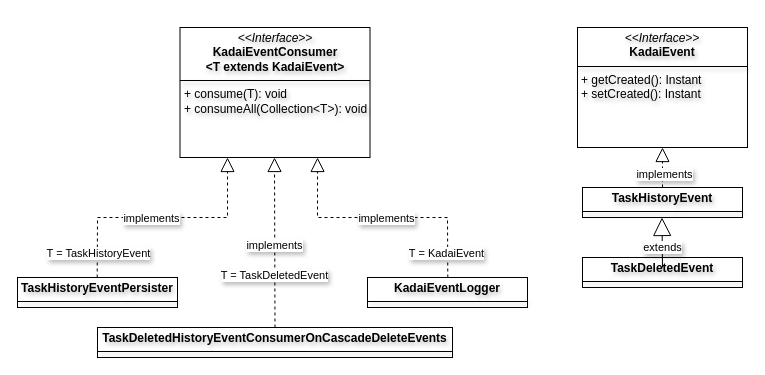
The draw.io diagram docs/user-guide/static/core-concepts/history_consumer.drawio in kadai-io/kadai-doc, before the edit. Source tidied: cells renumbered, new cells numbered last; positions are measured from the earlier drawing's top-left corner, leaving out a move shared by most shapes. Both pictures are drawn from the tidied source at 100%, with x=0, y=0 at pixel (17, 27).
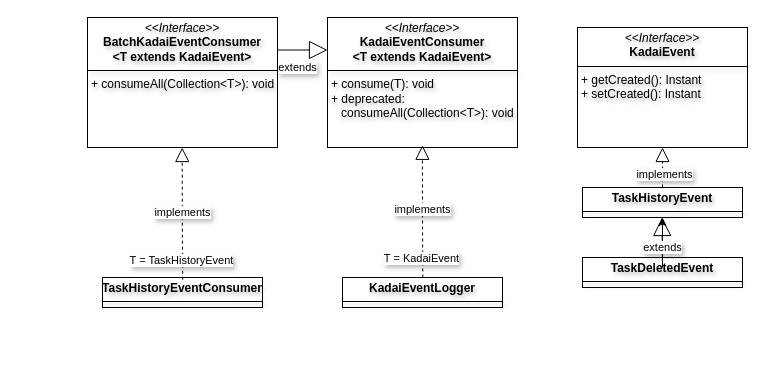
The same diagram, later.

The change refers to these unchanged cells:
```xml
<mxCell id="4" value="&lt;p style=&quot;margin:0px;margin-top:4px;text-align:center;&quot;&gt;&lt;b&gt;TaskHistoryEvent&lt;/b&gt;&lt;/p&gt;&lt;hr size=&quot;1&quot; style=&quot;border-style:solid;&quot;&gt;&lt;p style=&quot;margin:0px;margin-left:4px;&quot;&gt;&lt;/p&gt;&lt;p style=&quot;margin:0px;margin-left:4px;&quot;&gt;&lt;br&gt;&lt;/p&gt;" style="verticalAlign=top;align=left;overflow=fill;html=1;whiteSpace=wrap;textShadow=1;" parent="1" vertex="1">
  <mxGeometry x="565" y="160" width="160" height="30" as="geometry" />
</mxCell>
<mxCell id="5" value="&lt;p style=&quot;margin:0px;margin-top:4px;text-align:center;&quot;&gt;&lt;b&gt;TaskDeleted&lt;/b&gt;&lt;b style=&quot;background-color: transparent; color: light-dark(rgb(0, 0, 0), rgb(255, 255, 255));&quot;&gt;Event&lt;/b&gt;&lt;/p&gt;&lt;hr size=&quot;1&quot; style=&quot;border-style:solid;&quot;&gt;&lt;p style=&quot;margin:0px;margin-left:4px;&quot;&gt;&lt;/p&gt;&lt;p style=&quot;margin:0px;margin-left:4px;&quot;&gt;&lt;br&gt;&lt;/p&gt;" style="verticalAlign=top;align=left;overflow=fill;html=1;whiteSpace=wrap;textShadow=1;" parent="1" vertex="1">
  <mxGeometry x="565" y="230" width="160" height="30" as="geometry" />
</mxCell>
```

What changed in the source:
```diff
@@
-    <mxCell id="3" value="&lt;p style=&quot;margin:0px;margin-top:4px;text-align:center;&quot;&gt;&lt;i&gt;&amp;lt;&amp;lt;Interface&amp;gt;&amp;gt;&lt;/i&gt;&lt;br&gt;&lt;b&gt;KadaiEventConsumer&lt;br&gt;&amp;lt;T extends KadaiEvent&amp;gt;&lt;/b&gt;&lt;/p&gt;&lt;hr size=&quot;1&quot; style=&quot;border-style:solid;&quot;&gt;&lt;p style=&quot;margin:0px;margin-left:4px;&quot;&gt;&lt;/p&gt;&lt;p style=&quot;margin:0px;margin-left:4px;&quot;&gt;+ consume(T): void&lt;/p&gt;&lt;p style=&quot;margin:0px;margin-left:4px;&quot;&gt;+ consumeAll(Collection&amp;lt;T&amp;gt;): void&lt;/p&gt;" style="verticalAlign=top;align=left;overflow=fill;html=1;whiteSpace=wrap;textShadow=1;" parent="1" vertex="1">
-      <mxGeometry x="162.5" width="190" height="130" as="geometry" />
+    <mxCell id="3" value="&lt;p style=&quot;margin:0px;margin-top:4px;text-align:center;&quot;&gt;&lt;i&gt;&amp;lt;&amp;lt;Interface&amp;gt;&amp;gt;&lt;/i&gt;&lt;br&gt;&lt;b&gt;KadaiEventConsumer&lt;br&gt;&amp;lt;T extends KadaiEvent&amp;gt;&lt;/b&gt;&lt;/p&gt;&lt;hr size=&quot;1&quot; style=&quot;border-style:solid;&quot;&gt;&lt;p style=&quot;margin:0px;margin-left:4px;&quot;&gt;&lt;/p&gt;&lt;p style=&quot;margin:0px;margin-left:4px;&quot;&gt;+ consume(T): void&lt;/p&gt;&lt;p style=&quot;margin:0px;margin-left:4px;&quot;&gt;+ deprecated:&lt;br&gt;&amp;nbsp; &amp;nbsp;consumeAll(Collection&amp;lt;T&amp;gt;): void&lt;/p&gt;" style="verticalAlign=top;align=left;overflow=fill;html=1;whiteSpace=wrap;textShadow=1;" parent="1" vertex="1">
+      <mxGeometry x="310" y="-10" width="190" height="130" as="geometry" />
     </mxCell>
@@
+    <mxCell id="21" style="edgeStyle=orthogonalEdgeStyle;rounded=0;jettySize=auto;html=1;" parent="1" edge="1" source="5" target="4">
+      <mxGeometry relative="1" as="geometry" />
+    </mxCell>
@@
-    <mxCell id="9" value="&lt;p style=&quot;margin:0px;margin-top:4px;text-align:center;&quot;&gt;&lt;b&gt;TaskHistoryEventPersister&lt;/b&gt;&lt;/p&gt;&lt;hr size=&quot;1&quot; style=&quot;border-style:solid;&quot;&gt;&lt;p style=&quot;margin:0px;margin-left:4px;&quot;&gt;&lt;/p&gt;&lt;p style=&quot;margin:0px;margin-left:4px;&quot;&gt;&lt;br&gt;&lt;/p&gt;" style="verticalAlign=top;align=left;overflow=fill;html=1;whiteSpace=wrap;textShadow=1;" parent="1" vertex="1">
-      <mxGeometry y="250" width="160" height="30" as="geometry" />
-    </mxCell>
-    <mxCell id="10" value="&lt;p style=&quot;margin:0px;margin-top:4px;text-align:center;&quot;&gt;&lt;b&gt;TaskDeletedHistoryEventConsumerOnCascadeDeleteEvents&lt;/b&gt;&lt;/p&gt;&lt;hr size=&quot;1&quot; style=&quot;border-style:solid;&quot;&gt;&lt;p style=&quot;margin:0px;margin-left:4px;&quot;&gt;&lt;/p&gt;&lt;p style=&quot;margin:0px;margin-left:4px;&quot;&gt;&lt;br&gt;&lt;/p&gt;" style="verticalAlign=top;align=left;overflow=fill;html=1;whiteSpace=wrap;textShadow=1;" parent="1" vertex="1">
-      <mxGeometry x="80" y="300" width="355" height="30" as="geometry" />
-    </mxCell>
     <mxCell id="11" value="&lt;p style=&quot;margin:0px;margin-top:4px;text-align:center;&quot;&gt;&lt;b&gt;KadaiEventLogger&lt;/b&gt;&lt;/p&gt;&lt;hr size=&quot;1&quot; style=&quot;border-style:solid;&quot;&gt;&lt;p style=&quot;margin:0px;margin-left:4px;&quot;&gt;&lt;/p&gt;&lt;p style=&quot;margin:0px;margin-left:4px;&quot;&gt;&lt;br&gt;&lt;/p&gt;" style="verticalAlign=top;align=left;overflow=fill;html=1;whiteSpace=wrap;textShadow=1;" parent="1" vertex="1">
-      <mxGeometry x="350" y="250" width="160" height="30" as="geometry" />
+      <mxGeometry x="325" y="250" width="160" height="30" as="geometry" />
     </mxCell>
-    <mxCell id="12" style="endArrow=block;dashed=1;endFill=0;endSize=12;html=1;rounded=0;exitX=0.5;exitY=0;exitDx=0;exitDy=0;textShadow=1;" parent="1" edge="1" source="10">
-      <mxGeometry relative="1" as="geometry">
-        <mxPoint x="257" y="130" as="targetPoint" />
-      </mxGeometry>
-    </mxCell>
-    <mxCell id="13" value="implements" style="edgeLabel;html=1;align=center;verticalAlign=middle;textShadow=1;" parent="12" vertex="1">
-      <mxGeometry x="0.05" y="-1" relative="1" as="geometry">
-        <mxPoint x="-2" y="7" as="offset" />
-      </mxGeometry>
-    </mxCell>
-    <mxCell id="14" value="T = TaskDeletedEvent" style="edgeLabel;html=1;align=center;verticalAlign=middle;textShadow=1;" parent="12" vertex="1">
-      <mxGeometry x="-0.38" relative="1" as="geometry">
-        <mxPoint x="-1" as="offset" />
-      </mxGeometry>
-    </mxCell>
-    <mxCell id="15" style="endArrow=block;dashed=1;endFill=0;endSize=12;html=1;rounded=0;exitX=0.5;exitY=0;exitDx=0;exitDy=0;entryX=0.25;entryY=1;entryDx=0;entryDy=0;textShadow=1;" parent="1" edge="1" target="3">
-      <mxGeometry relative="1" as="geometry">
-        <mxPoint x="79.7" y="250" as="sourcePoint" />
-        <Array as="points">
-          <mxPoint x="80" y="190" />
-          <mxPoint x="210" y="190" />
-        </Array>
-      </mxGeometry>
-    </mxCell>
-    <mxCell id="16" value="implements" style="edgeLabel;html=1;align=center;verticalAlign=middle;textShadow=1;" parent="15" vertex="1">
-      <mxGeometry x="0.05" y="-1" relative="1" as="geometry">
-        <mxPoint x="-17" y="-1" as="offset" />
-      </mxGeometry>
-    </mxCell>
-    <mxCell id="17" value="T = TaskHistoryEvent" style="edgeLabel;html=1;align=center;verticalAlign=middle;textShadow=1;" parent="15" vertex="1">
-      <mxGeometry x="-0.8" y="-1" relative="1" as="geometry" />
-    </mxCell>
-    <mxCell id="18" style="endArrow=block;dashed=1;endFill=0;endSize=12;html=1;rounded=0;exitX=0.5;exitY=0;exitDx=0;exitDy=0;textShadow=1;entryX=0.724;entryY=1;entryDx=0;entryDy=0;entryPerimeter=0;" parent="1" edge="1" target="3">
+    <mxCell id="18" style="endArrow=block;dashed=1;endFill=0;endSize=12;html=1;rounded=0;exitX=0.5;exitY=0;exitDx=0;exitDy=0;textShadow=1;entryX=0.631;entryY=0.983;entryDx=0;entryDy=0;entryPerimeter=0;" parent="1" edge="1">
       <mxGeometry relative="1" as="geometry">
-        <mxPoint x="430.3" y="250" as="sourcePoint" />
+        <mxPoint x="405.3" y="250" as="sourcePoint" />
+        <mxPoint x="404.9" y="117.8" as="targetPoint" />
         <Array as="points">
-          <mxPoint x="430" y="190" />
-          <mxPoint x="300" y="190" />
+          <mxPoint x="405" y="190" />
         </Array>
       </mxGeometry>
     </mxCell>
     <mxCell id="19" value="implements" style="edgeLabel;html=1;align=center;verticalAlign=middle;textShadow=1;" parent="18" vertex="1">
       <mxGeometry x="0.05" y="-1" relative="1" as="geometry">
-        <mxPoint x="9" y="1" as="offset" />
+        <mxPoint x="-1" y="1" as="offset" />
       </mxGeometry>
     </mxCell>
     <mxCell id="20" value="T = KadaiEvent" style="edgeLabel;html=1;align=center;verticalAlign=middle;textShadow=1;" parent="18" vertex="1">
-      <mxGeometry x="-0.8" y="2" relative="1" as="geometry" />
+      <mxGeometry x="-0.8" y="2" relative="1" as="geometry">
+        <mxPoint y="-7" as="offset" />
+      </mxGeometry>
     </mxCell>
+    <mxCell id="22" value="&lt;p style=&quot;margin:0px;margin-top:4px;text-align:center;&quot;&gt;&lt;i&gt;&amp;lt;&amp;lt;Interface&amp;gt;&amp;gt;&lt;/i&gt;&lt;br&gt;&lt;b&gt;BatchKadaiEventConsumer&lt;br&gt;&amp;lt;T extends KadaiEvent&amp;gt;&lt;/b&gt;&lt;/p&gt;&lt;hr size=&quot;1&quot; style=&quot;border-style:solid;&quot;&gt;&lt;p style=&quot;margin:0px;margin-left:4px;&quot;&gt;&lt;/p&gt;&lt;p style=&quot;margin:0px;margin-left:4px;&quot;&gt;&lt;span style=&quot;background-color: transparent; color: light-dark(rgb(0, 0, 0), rgb(255, 255, 255));&quot;&gt;+ consumeAll(Collection&amp;lt;T&amp;gt;): void&lt;/span&gt;&lt;/p&gt;" style="verticalAlign=top;align=left;overflow=fill;html=1;whiteSpace=wrap;textShadow=1;" parent="1" vertex="1">
+      <mxGeometry x="70" y="-10" width="190" height="130" as="geometry" />
+    </mxCell>
+    <mxCell id="23" value="&lt;p style=&quot;margin:0px;margin-top:4px;text-align:center;&quot;&gt;&lt;b&gt;TaskHistoryEventConsumer&lt;/b&gt;&lt;/p&gt;&lt;hr size=&quot;1&quot; style=&quot;border-style:solid;&quot;&gt;&lt;p style=&quot;margin:0px;margin-left:4px;&quot;&gt;&lt;/p&gt;&lt;p style=&quot;margin:0px;margin-left:4px;&quot;&gt;&lt;br&gt;&lt;/p&gt;" style="verticalAlign=top;align=left;overflow=fill;html=1;whiteSpace=wrap;textShadow=1;" parent="1" vertex="1">
+      <mxGeometry x="85" y="250" width="160" height="30" as="geometry" />
+    </mxCell>
+    <mxCell id="24" style="endArrow=block;dashed=1;endFill=0;endSize=12;html=1;rounded=0;exitX=0.5;exitY=0;exitDx=0;exitDy=0;textShadow=1;entryX=0.631;entryY=0.983;entryDx=0;entryDy=0;entryPerimeter=0;" parent="1" edge="1">
+      <mxGeometry relative="1" as="geometry">
+        <mxPoint x="165.2" y="252.2" as="sourcePoint" />
+        <mxPoint x="164.7" y="120" as="targetPoint" />
+        <Array as="points">
+          <mxPoint x="164.8" y="192.2" />
+        </Array>
+      </mxGeometry>
+    </mxCell>
+    <mxCell id="25" value="implements" style="edgeLabel;html=1;align=center;verticalAlign=middle;textShadow=1;" parent="24" vertex="1">
+      <mxGeometry x="0.05" y="-1" relative="1" as="geometry">
+        <mxPoint x="-1" y="1" as="offset" />
+      </mxGeometry>
+    </mxCell>
+    <mxCell id="17" value="T = TaskHistoryEvent" style="edgeLabel;html=1;align=center;verticalAlign=middle;textShadow=1;" parent="24" vertex="1">
+      <mxGeometry x="-0.8" y="2" relative="1" as="geometry">
+        <mxPoint y="-7" as="offset" />
+      </mxGeometry>
+    </mxCell>
+    <mxCell id="26" value="extends" style="endArrow=block;endSize=16;endFill=0;html=1;rounded=0;exitX=1;exitY=0.25;exitDx=0;exitDy=0;textShadow=1;entryX=0;entryY=0.25;entryDx=0;entryDy=0;" parent="1" edge="1" source="22" target="3">
+      <mxGeometry x="-0.2" y="-17" relative="1" as="geometry" />
+    </mxCell>
```
